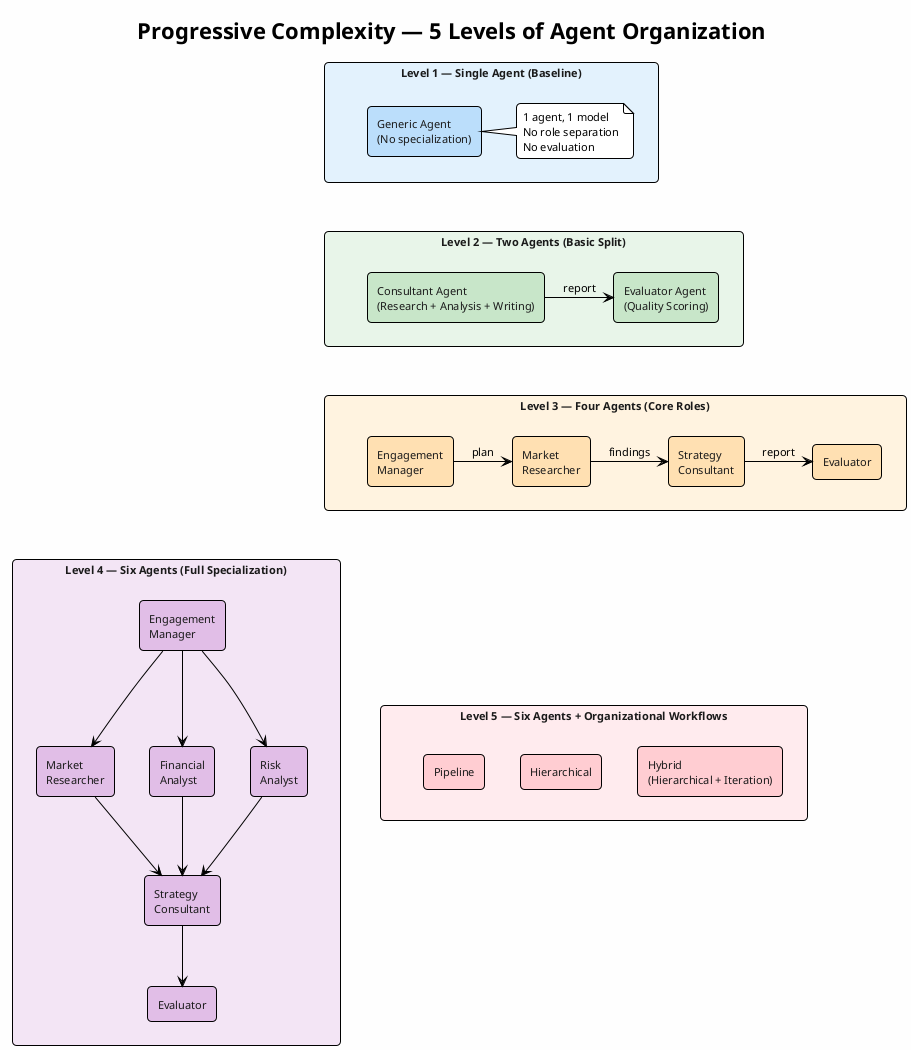
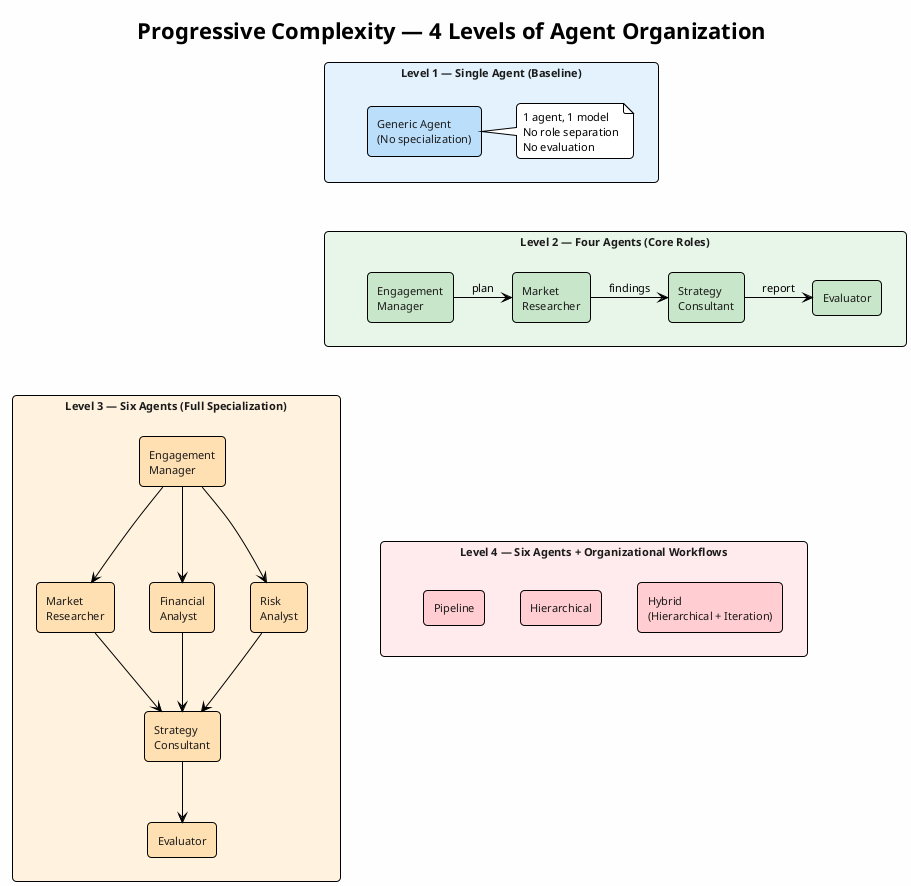
@startuml progressive_complexity
!theme plain
skinparam backgroundColor #FEFEFE
skinparam defaultFontName "Segoe UI"
skinparam defaultFontSize 11
skinparam shadowing false
skinparam roundCorner 8

- title **Progressive Complexity — 5 Levels of Agent Organization**
+ title **Progressive Complexity — 4 Levels of Agent Organization**

skinparam rectangle {
  FontColor #1A1A1A
}

' === LEVEL 1 ===
rectangle "**Level 1 — Single Agent (Baseline)**" as L1 #E3F2FD {
  rectangle "Generic Agent\n(No specialization)" as l1a #BBDEFB
  note right of l1a
    1 agent, 1 model
    No role separation
    No evaluation
  end note
}

' === LEVEL 2 ===
- rectangle "**Level 2 — Two Agents (Basic Split)**" as L2 #E8F5E9 {
-   rectangle "Consultant Agent\n(Research + Analysis + Writing)" as l2a #C8E6C9
-   rectangle "Evaluator Agent\n(Quality Scoring)" as l2b #C8E6C9
-   l2a -right-> l2b : "report"
+ rectangle "**Level 2 — Four Agents (Core Roles)**" as L2 #E8F5E9 {
+   rectangle "Engagement\nManager" as l2em #C8E6C9
+   rectangle "Market\nResearcher" as l2mr #C8E6C9
+   rectangle "Strategy\nConsultant" as l2sc #C8E6C9
+   rectangle "Evaluator" as l2ev #C8E6C9
+   l2em -right-> l2mr : "plan"
+   l2mr -right-> l2sc : "findings"
+   l2sc -right-> l2ev : "report"
}

' === LEVEL 3 ===
- rectangle "**Level 3 — Four Agents (Core Roles)**" as L3 #FFF3E0 {
+ rectangle "**Level 3 — Six Agents (Full Specialization)**" as L3 #FFF3E0 {
  rectangle "Engagement\nManager" as l3em #FFE0B2
  rectangle "Market\nResearcher" as l3mr #FFE0B2
+   rectangle "Financial\nAnalyst" as l3fa #FFE0B2
+   rectangle "Risk\nAnalyst" as l3ra #FFE0B2
  rectangle "Strategy\nConsultant" as l3sc #FFE0B2
  rectangle "Evaluator" as l3ev #FFE0B2
-   l3em -right-> l3mr : "plan"
-   l3mr -right-> l3sc : "findings"
-   l3sc -right-> l3ev : "report"
+ 
+   l3em --> l3mr
+   l3em --> l3fa
+   l3em --> l3ra
+   l3mr --> l3sc
+   l3fa --> l3sc
+   l3ra --> l3sc
+   l3sc --> l3ev
}

' === LEVEL 4 ===
- rectangle "**Level 4 — Six Agents (Full Specialization)**" as L4 #F3E5F5 {
-   rectangle "Engagement\nManager" as l4em #E1BEE7
-   rectangle "Market\nResearcher" as l4mr #E1BEE7
-   rectangle "Financial\nAnalyst" as l4fa #E1BEE7
-   rectangle "Risk\nAnalyst" as l4ra #E1BEE7
-   rectangle "Strategy\nConsultant" as l4sc #E1BEE7
-   rectangle "Evaluator" as l4ev #E1BEE7
- 
-   l4em --> l4mr
-   l4em --> l4fa
-   l4em --> l4ra
-   l4mr --> l4sc
-   l4fa --> l4sc
-   l4ra --> l4sc
-   l4sc --> l4ev
- }
- 
- ' === LEVEL 5 ===
- rectangle "**Level 5 — Six Agents + Organizational Workflows**" as L5 #FFEBEE {
-   rectangle "Pipeline" as l5p #FFCDD2
-   rectangle "Hierarchical" as l5h #FFCDD2
-   rectangle "Hybrid\n(Hierarchical + Iteration)" as l5y #FFCDD2
-   l5p -[hidden]right- l5h
-   l5h -[hidden]right- l5y
+ rectangle "**Level 4 — Six Agents + Organizational Workflows**" as L4 #FFEBEE {
+   rectangle "Pipeline" as l4p #FFCDD2
+   rectangle "Hierarchical" as l4h #FFCDD2
+   rectangle "Hybrid\n(Hierarchical + Iteration)" as l4y #FFCDD2
+   l4p -[hidden]right- l4h
+   l4h -[hidden]right- l4y
}

L1 -[hidden]down- L2
L2 -[hidden]down- L3
L3 -[hidden]down- L4
- L4 -[hidden]down- L5

@enduml
